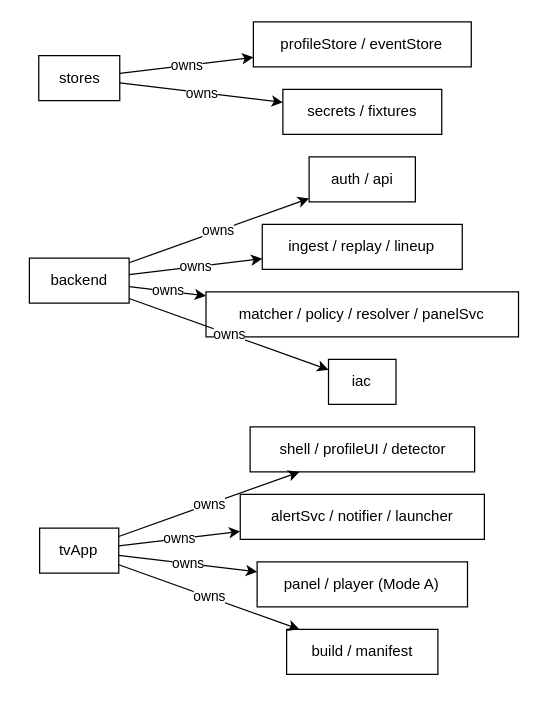
Above: spec/amazon-fantasy-companion/figures/structure.drawio in 1wgrumph/amazon-fantasy-companion (draw.io), before the change. Source tidied: cells renumbered, new cells numbered last; positions are measured from the earlier drawing's top-left corner, leaving out a move shared by most shapes. Both pictures are drawn from the tidied source at 125%, with x=0, y=0 at pixel (29, 21).
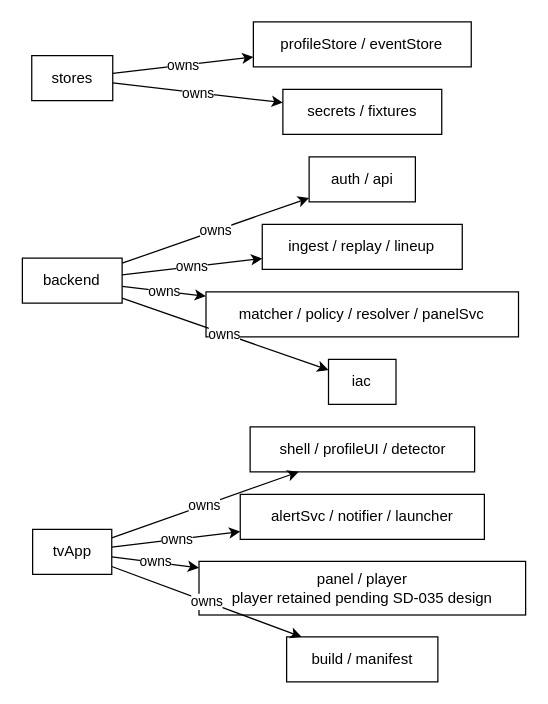
The same page after the edit.

The edit, as a diff of the source:
```diff
@@
     <mxCell id="2" value="tvApp" style="rounded=0;whiteSpace=wrap;html=1;" parent="1" vertex="1">
-      <mxGeometry x="8.2" y="405" width="63.3" height="36" as="geometry" />
+      <mxGeometry x="2.6" y="406" width="63.3" height="36" as="geometry" />
     </mxCell>
@@
-    <mxCell id="5" value="panel / player (Mode A)" style="rounded=0;whiteSpace=wrap;html=1;" parent="1" vertex="1">
-      <mxGeometry x="182.2" y="432" width="168.3" height="36" as="geometry" />
+    <mxCell id="5" value="panel / player&#10;player retained pending SD-035 design" style="rounded=0;whiteSpace=wrap;html=1;" parent="1" vertex="1">
+      <mxGeometry x="135.7" y="431.6" width="261.3" height="42.9" as="geometry" />
     </mxCell>
     <mxCell id="6" value="build / manifest" style="rounded=0;whiteSpace=wrap;html=1;" parent="1" vertex="1">
-      <mxGeometry x="205.8" y="486" width="121" height="36" as="geometry" />
+      <mxGeometry x="205.8" y="492" width="121" height="36" as="geometry" />
     </mxCell>
     <mxCell id="7" value="backend" style="rounded=0;whiteSpace=wrap;html=1;" parent="1" vertex="1">
-      <mxGeometry y="189" width="79.8" height="36" as="geometry" />
+      <mxGeometry x="-5.6" y="189" width="79.8" height="36" as="geometry" />
     </mxCell>
@@
     <mxCell id="12" value="stores" style="rounded=0;whiteSpace=wrap;html=1;" parent="1" vertex="1">
-      <mxGeometry x="7.5" y="27" width="64.8" height="36" as="geometry" />
+      <mxGeometry x="1.9" y="27" width="64.8" height="36" as="geometry" />
     </mxCell>
```
